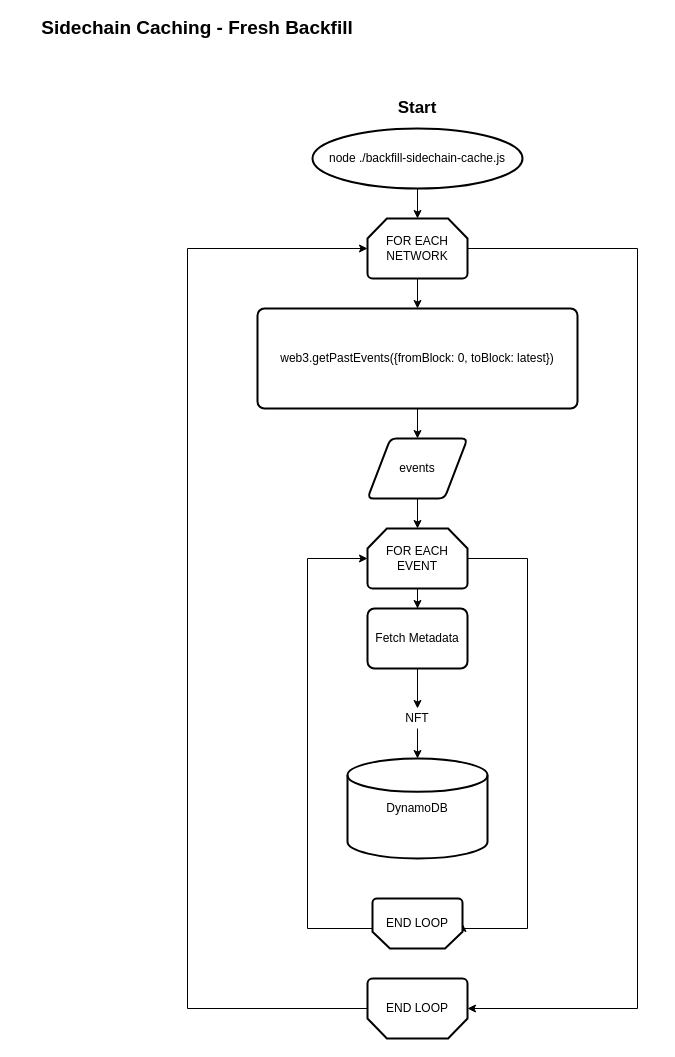
webaverse/api-backend keeps this draw.io diagram as sidechain-cache.drawio. Above is the earlier version. Source tidied: cells renumbered, new cells numbered last; positions are measured from the earlier drawing's top-left corner, leaving out a move shared by most shapes. Both pictures are drawn from the tidied source at 100%, with x=0, y=0 at pixel (17, 18).
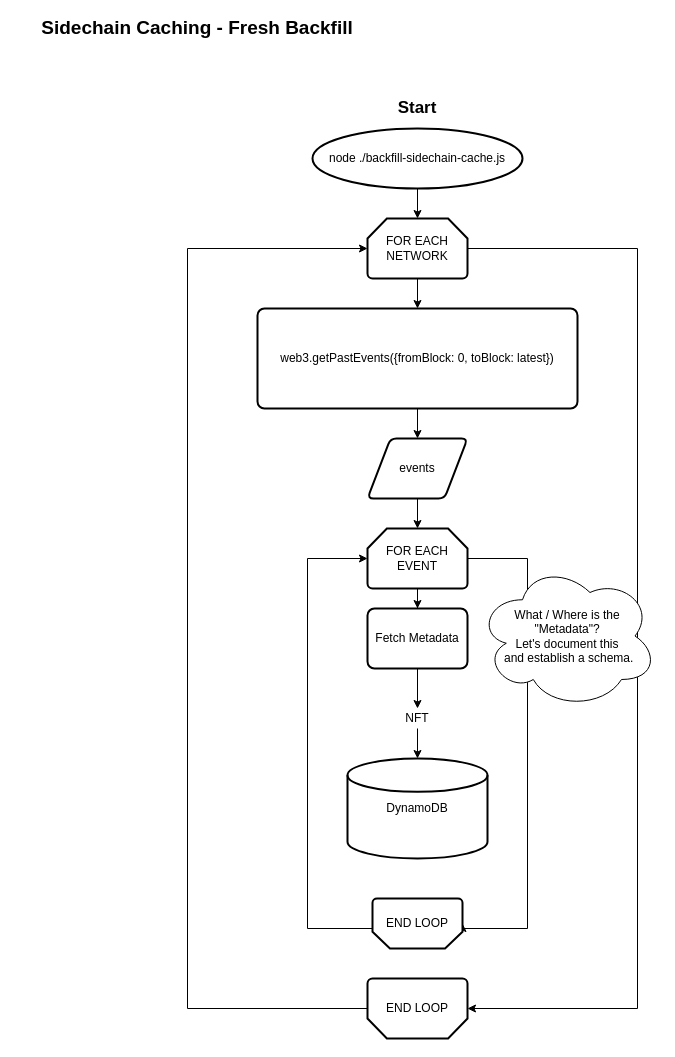
The same diagram, later.

Diff of the diagram source:
```diff
@@
+    <mxCell id="25" value="What / Where&amp;nbsp;is the&lt;br&gt;&quot;Metadata&quot;?&lt;br&gt;Let's document this&lt;br&gt;&amp;nbsp;and establish a schema." style="ellipse;shape=cloud;whiteSpace=wrap;html=1;" parent="1" vertex="1">
+      <mxGeometry x="460" y="545" width="180" height="145" as="geometry" />
+    </mxCell>
```
